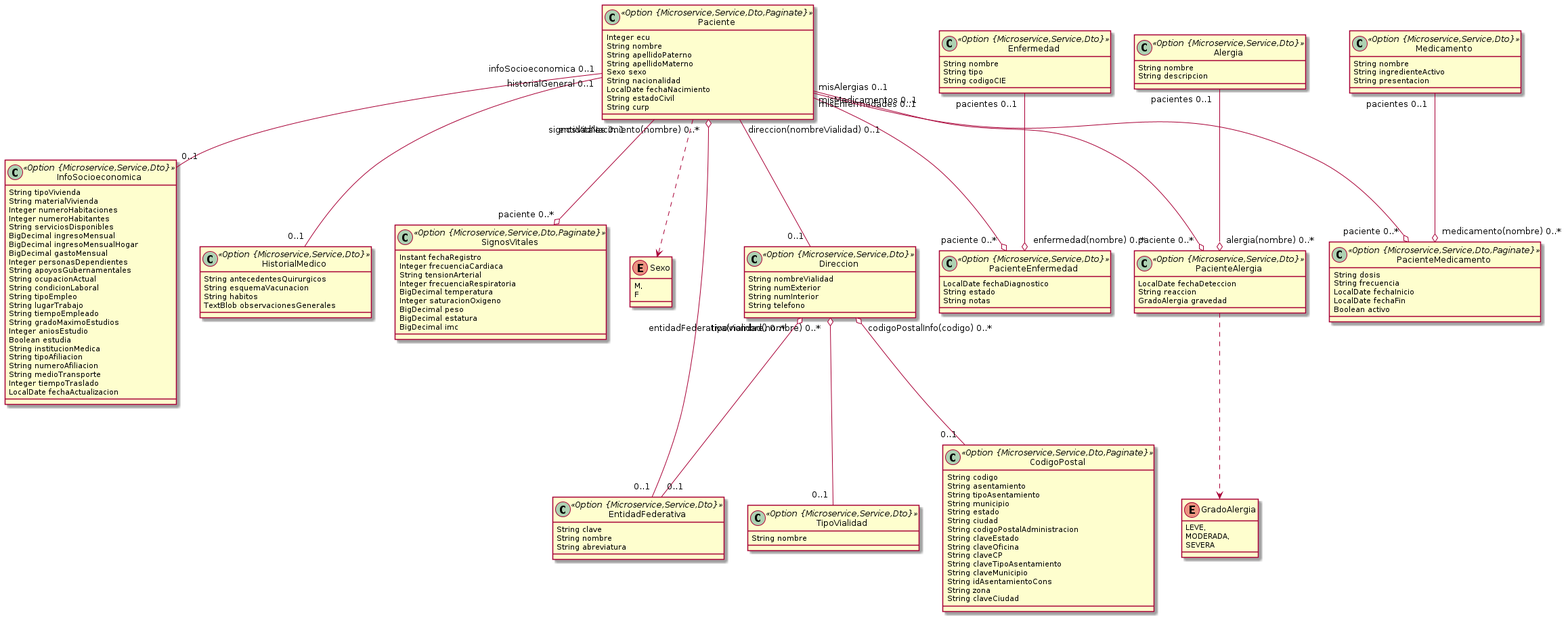
The PlantUML diagram modelo.png in jesuarman02/INFOTEC-Hospital, before a commit.
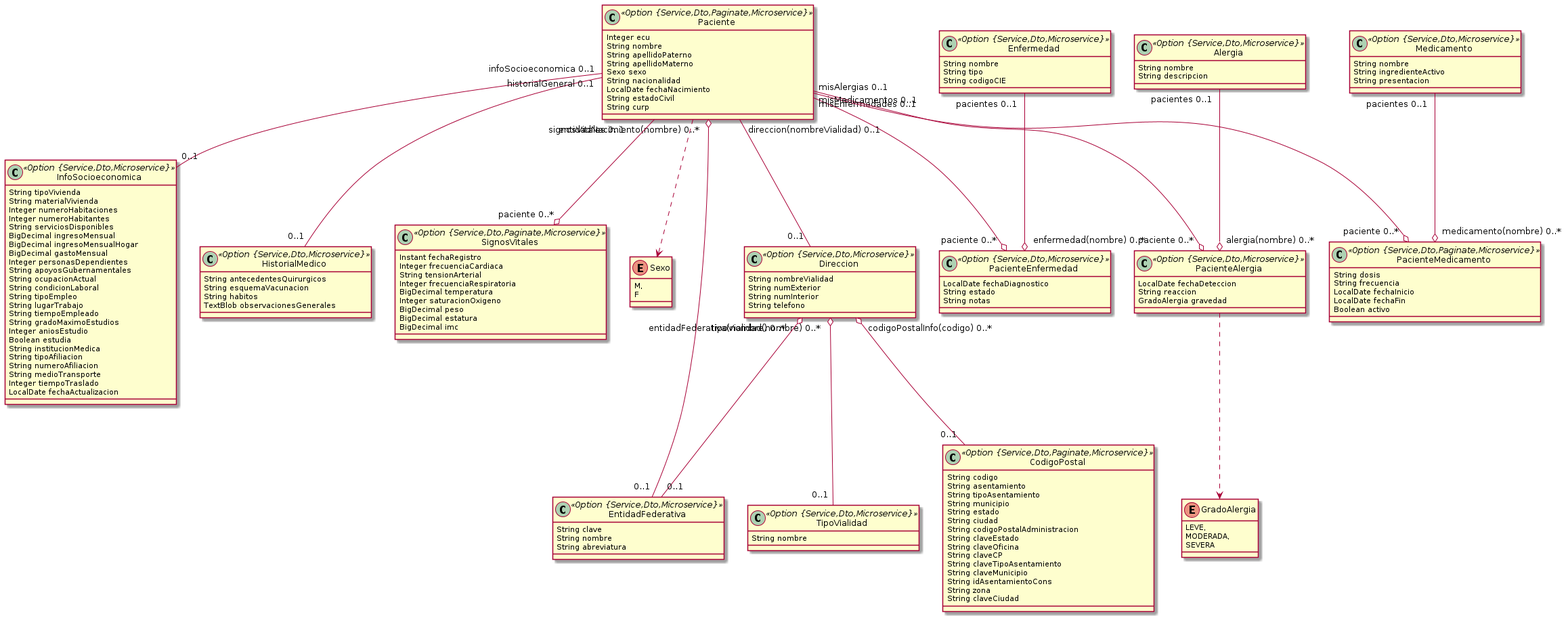
Above is the later version.

Diff of the diagram source:
```diff
@@ -9,10 +9,10 @@
 		MODERADA,
 		SEVERA
 	}
-	class TipoVialidad <<Option {Microservice,Service,Dto}>> {
+	class TipoVialidad <<Option {Service,Dto,Microservice}>> {
 		String nombre
 	}
-	class CodigoPostal <<Option {Microservice,Service,Dto,Paginate}>> {
+	class CodigoPostal <<Option {Service,Dto,Paginate,Microservice}>> {
 		String codigo
 		String asentamiento
 		String tipoAsentamiento
@@ -29,18 +29,18 @@
 		String zona
 		String claveCiudad
 	}
-	class EntidadFederativa <<Option {Microservice,Service,Dto}>> {
+	class EntidadFederativa <<Option {Service,Dto,Microservice}>> {
 		String clave
 		String nombre
 		String abreviatura
 	}
-	class Direccion <<Option {Microservice,Service,Dto}>> {
+	class Direccion <<Option {Service,Dto,Microservice}>> {
 		String nombreVialidad
 		String numExterior
 		String numInterior
 		String telefono
 	}
-	class Paciente <<Option {Microservice,Service,Dto,Paginate}>> {
+	class Paciente <<Option {Service,Dto,Paginate,Microservice}>> {
 		Integer ecu
 		String nombre
 		String apellidoPaterno
@@ -52,7 +52,7 @@
 		String curp
 	}
 	Paciente ..> Sexo
-	class InfoSocioeconomica <<Option {Microservice,Service,Dto}>> {
+	class InfoSocioeconomica <<Option {Service,Dto,Microservice}>> {
 		String tipoVivienda
 		String materialVivienda
 		Integer numeroHabitaciones
@@ -78,13 +78,13 @@
 		Integer tiempoTraslado
 		LocalDate fechaActualizacion
 	}
-	class HistorialMedico <<Option {Microservice,Service,Dto}>> {
+	class HistorialMedico <<Option {Service,Dto,Microservice}>> {
 		String antecedentesQuirurgicos
 		String esquemaVacunacion
 		String habitos
 		TextBlob observacionesGenerales
 	}
-	class SignosVitales <<Option {Microservice,Service,Dto,Paginate}>> {
+	class SignosVitales <<Option {Service,Dto,Paginate,Microservice}>> {
 		Instant fechaRegistro
 		Integer frecuenciaCardiaca
 		String tensionArterial
@@ -95,32 +95,32 @@
 		BigDecimal estatura
 		BigDecimal imc
 	}
-	class Enfermedad <<Option {Microservice,Service,Dto}>> {
+	class Enfermedad <<Option {Service,Dto,Microservice}>> {
 		String nombre
 		String tipo
 		String codigoCIE
 	}
-	class Alergia <<Option {Microservice,Service,Dto}>> {
+	class Alergia <<Option {Service,Dto,Microservice}>> {
 		String nombre
 		String descripcion
 	}
-	class Medicamento <<Option {Microservice,Service,Dto}>> {
+	class Medicamento <<Option {Service,Dto,Microservice}>> {
 		String nombre
 		String ingredienteActivo
 		String presentacion
 	}
-	class PacienteEnfermedad <<Option {Microservice,Service,Dto}>> {
+	class PacienteEnfermedad <<Option {Service,Dto,Microservice}>> {
 		LocalDate fechaDiagnostico
 		String estado
 		String notas
 	}
-	class PacienteAlergia <<Option {Microservice,Service,Dto}>> {
+	class PacienteAlergia <<Option {Service,Dto,Microservice}>> {
 		LocalDate fechaDeteccion
 		String reaccion
 		GradoAlergia gravedad
 	}
 	PacienteAlergia ..> GradoAlergia
-	class PacienteMedicamento <<Option {Microservice,Service,Dto,Paginate}>> {
+	class PacienteMedicamento <<Option {Service,Dto,Paginate,Microservice}>> {
 		String dosis
 		String frecuencia
 		LocalDate fechaInicio
```
